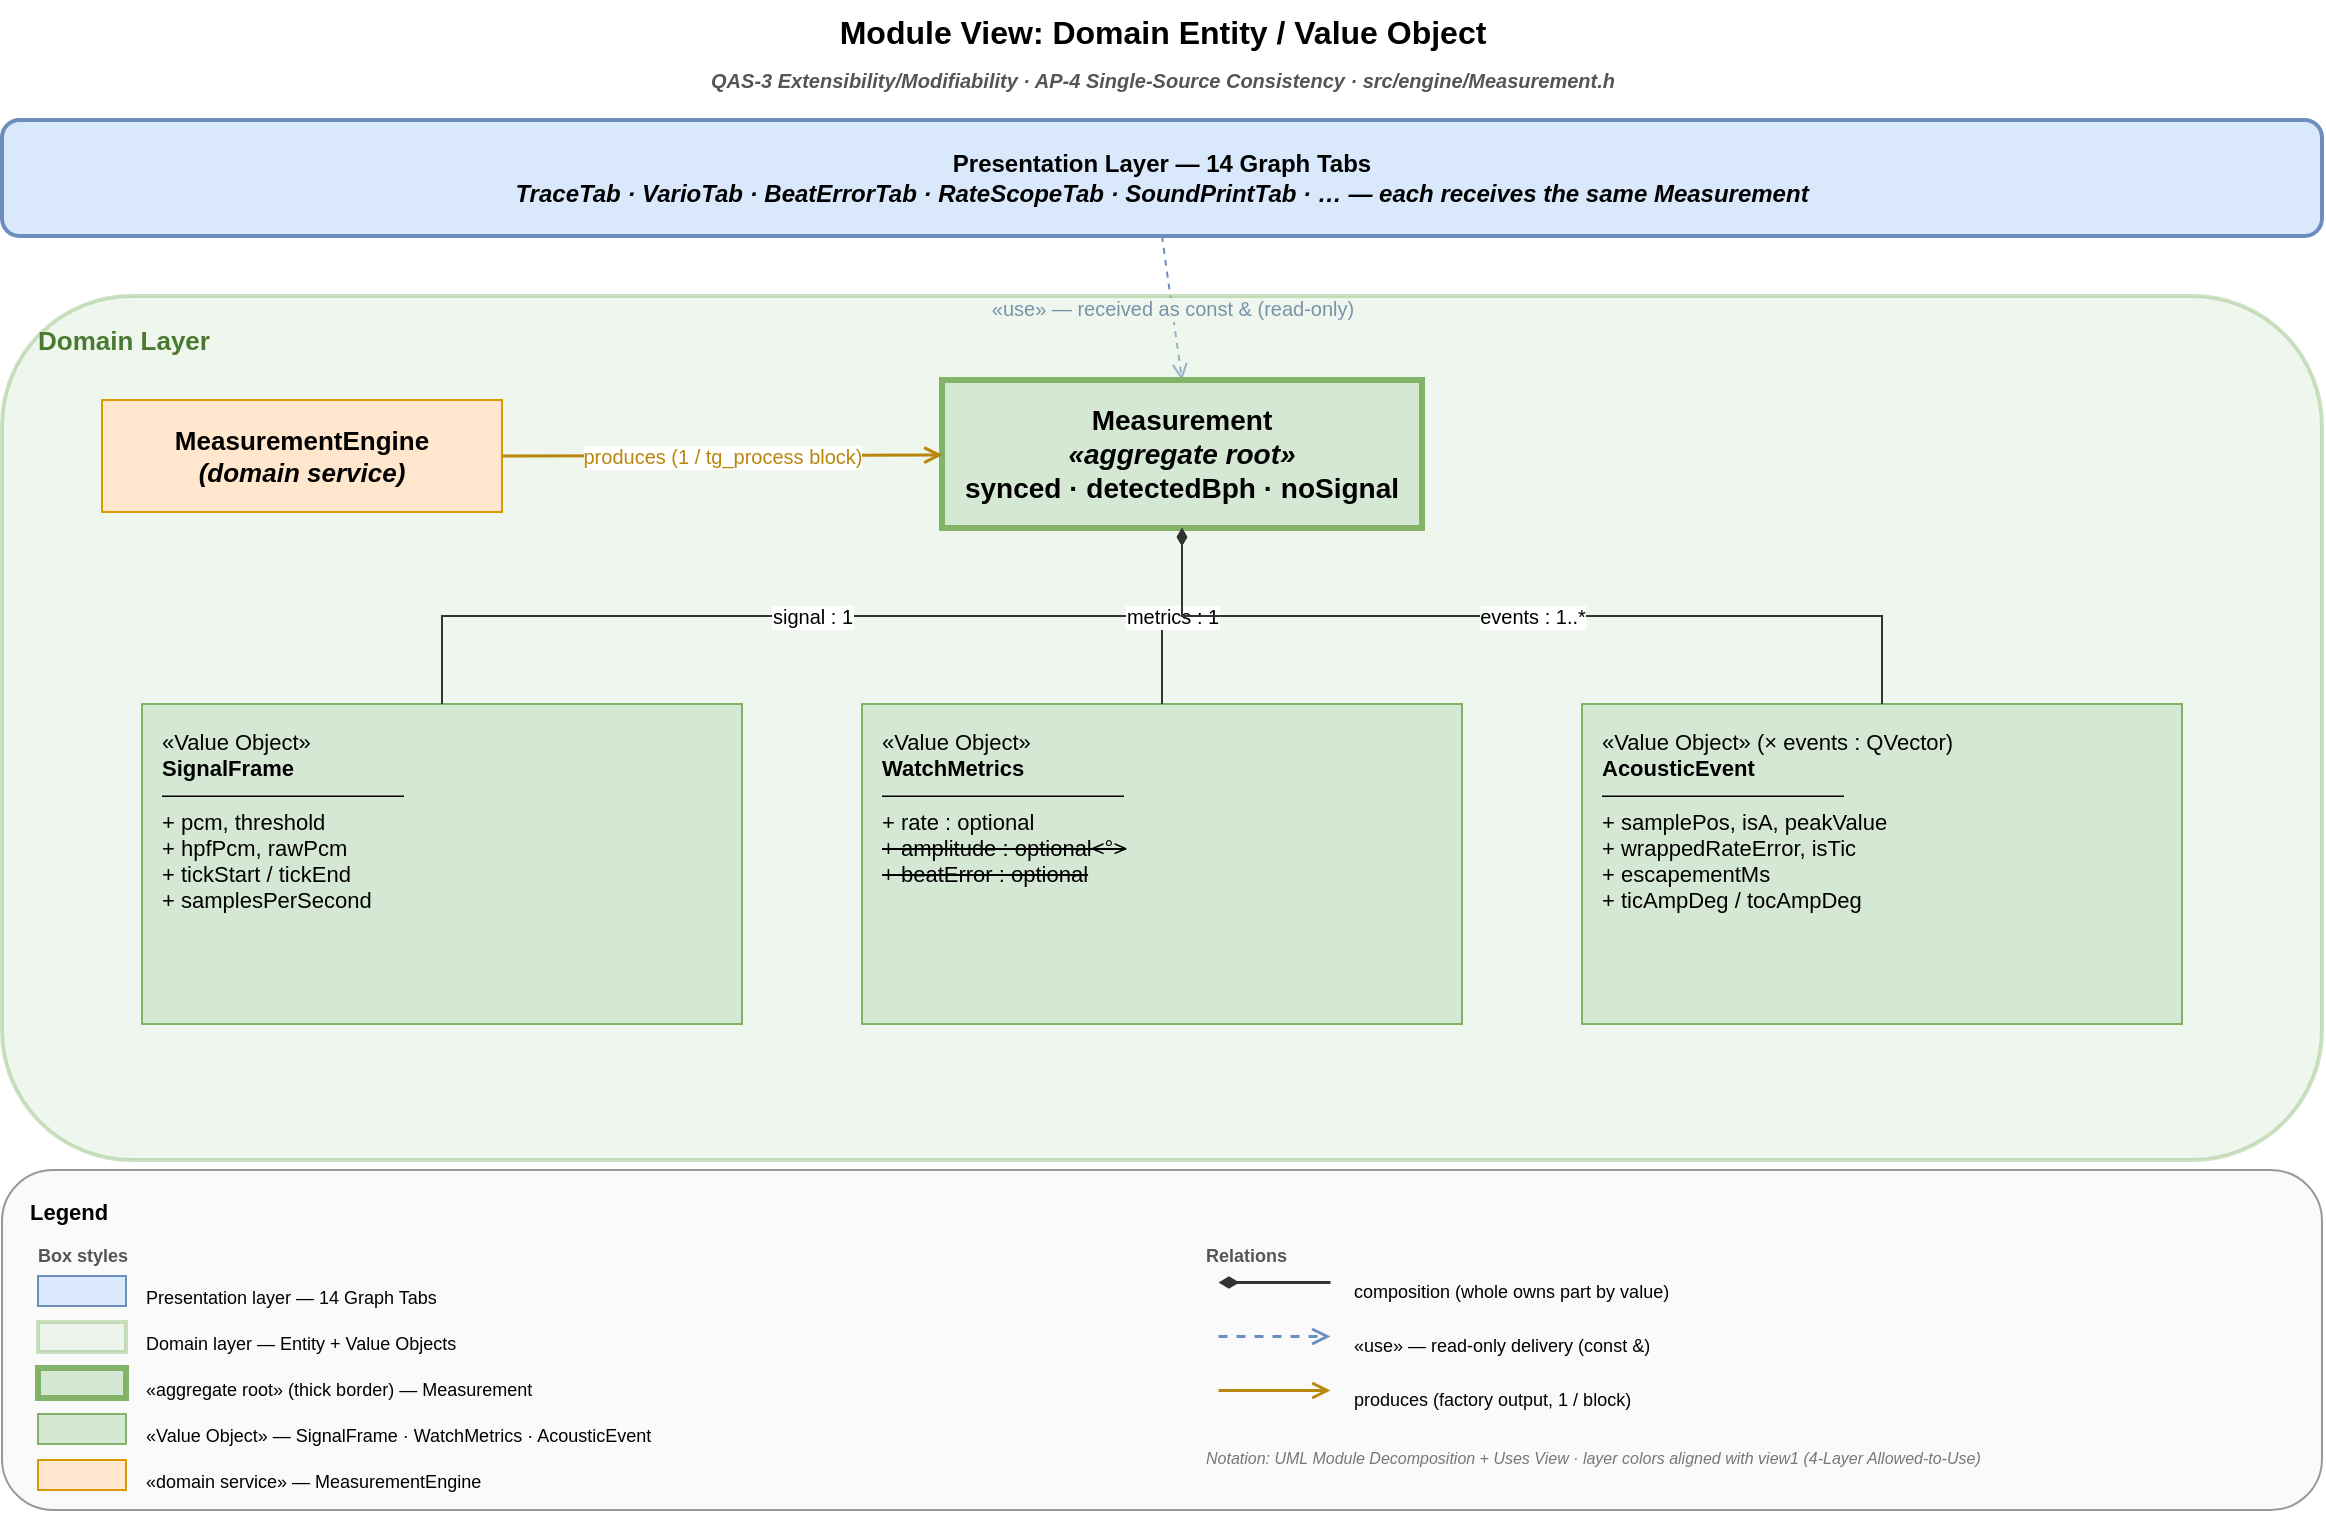
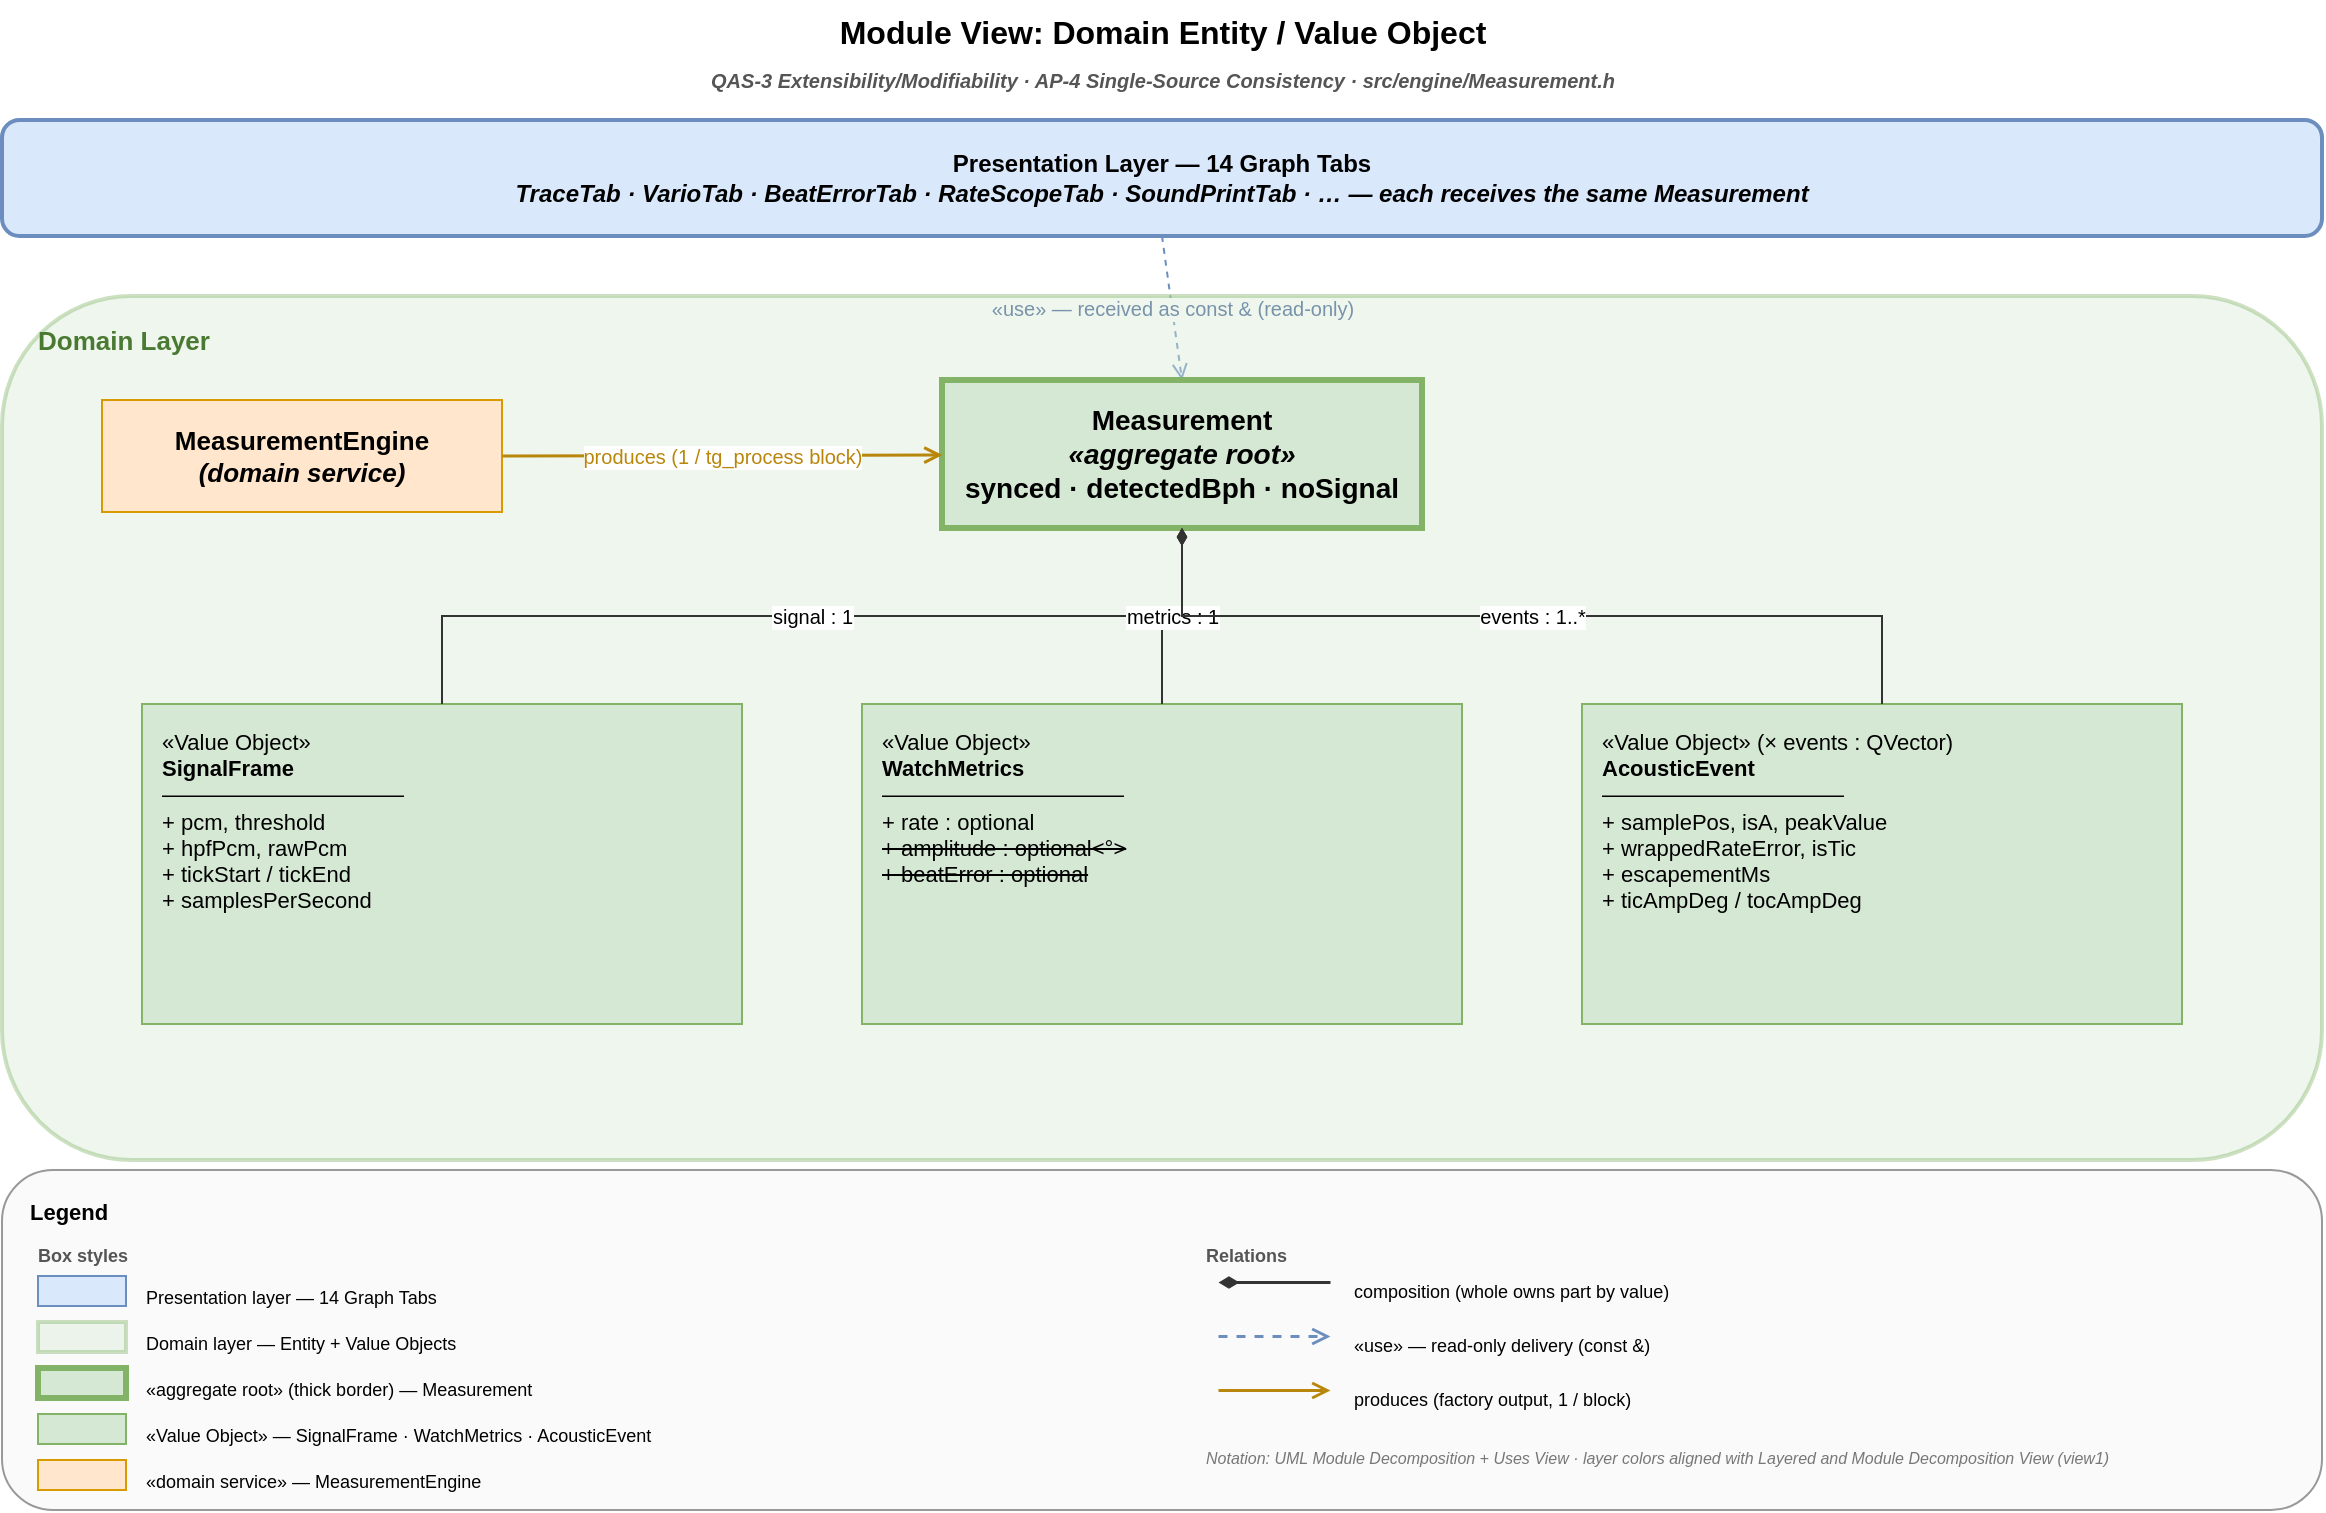
<mxfile host="65bd71144e">
    <diagram id="dom-entity-vo-1" name="Watch Measurement Domain Model">
        <mxGraphModel dx="1134" dy="559" grid="1" gridSize="10" guides="1" tooltips="1" connect="1" arrows="1" fold="1" page="1" pageScale="1" pageWidth="1240" pageHeight="772" math="0" shadow="0">
            <root>
                <mxCell id="0"/>
                <mxCell id="1" parent="0"/>
                <mxCell id="T0" value="Module View: Domain Entity / Value Object" style="text;html=1;strokeColor=none;fillColor=none;align=center;fontSize=16;fontStyle=1;" parent="1" vertex="1">
                    <mxGeometry x="40" y="10" width="1160" height="28" as="geometry"/>
                </mxCell>
                <mxCell id="T_QA" value="QAS-3 Extensibility/Modifiability · AP-4 Single-Source Consistency · src/engine/Measurement.h" style="text;html=1;strokeColor=none;fillColor=none;align=center;fontSize=10;fontStyle=3;fontColor=#555555;" parent="1" vertex="1">
                    <mxGeometry x="40" y="38" width="1160" height="16" as="geometry"/>
                </mxCell>
                <mxCell id="PRES" value="Presentation Layer — 14 Graph Tabs&#xa;&lt;i&gt;TraceTab · VarioTab · BeatErrorTab · RateScopeTab · SoundPrintTab · … — each receives the same Measurement&lt;/i&gt;" style="rounded=1;whiteSpace=wrap;html=1;fillColor=#dae8fc;strokeColor=#6c8ebf;strokeWidth=2;fontSize=12;fontStyle=1;" parent="1" vertex="1">
                    <mxGeometry x="40" y="70" width="1160" height="58" as="geometry"/>
                </mxCell>
                <mxCell id="E_USE" value="«use» — received as const &amp; (read-only)" style="dashed=1;endArrow=open;endFill=0;html=1;strokeColor=#6c8ebf;fontSize=10;fontColor=#3a5a8c;exitX=0.5;exitY=1;exitDx=0;exitDy=0;entryX=0.5;entryY=0;entryDx=0;entryDy=0;" parent="1" source="PRES" target="MEAS" edge="1">
                    <mxGeometry relative="1" as="geometry"/>
                </mxCell>
                <mxCell id="DOM_BG" value="" style="rounded=1;whiteSpace=wrap;html=1;fillColor=#d5e8d4;strokeColor=#82b366;strokeWidth=2;opacity=40;" parent="1" vertex="1">
                    <mxGeometry x="40" y="158" width="1160" height="432" as="geometry"/>
                </mxCell>
                <mxCell id="DOM_LBL" value="Domain Layer" style="text;html=1;strokeColor=none;fillColor=none;fontStyle=1;fontSize=13;fontColor=#4a7a32;align=left;" parent="1" vertex="1">
                    <mxGeometry x="56" y="166" width="200" height="20" as="geometry"/>
                </mxCell>
                <mxCell id="ME" value="MeasurementEngine&#xa;&lt;i&gt;(domain service)&lt;/i&gt;" style="rounded=0;whiteSpace=wrap;html=1;fillColor=#ffe6cc;strokeColor=#d79b00;fontSize=13;fontStyle=1;" parent="1" vertex="1">
                    <mxGeometry x="90" y="210" width="200" height="56" as="geometry"/>
                </mxCell>
                <mxCell id="MEAS" value="Measurement&#xa;&lt;i&gt;«aggregate root»&lt;/i&gt;&#xa;synced · detectedBph · noSignal" style="rounded=0;whiteSpace=wrap;html=1;fillColor=#d5e8d4;strokeColor=#82b366;strokeWidth=3;fontSize=14;fontStyle=1;" parent="1" vertex="1">
                    <mxGeometry x="510" y="200" width="240" height="74" as="geometry"/>
                </mxCell>
                <mxCell id="E_PROD" value="produces (1 / tg_process block)" style="endArrow=open;endFill=1;html=1;strokeColor=#b8860b;fontSize=10;fontColor=#b8860b;strokeWidth=1.5;" parent="1" source="ME" target="MEAS" edge="1">
                    <mxGeometry relative="1" as="geometry"/>
                </mxCell>
                <mxCell id="VO_SF" value="«Value Object»&#xa;&lt;b&gt;SignalFrame&lt;/b&gt;&#xa;―――――――――――&#xa;+ pcm, threshold&#xa;+ hpfPcm, rawPcm&#xa;+ tickStart / tickEnd&#xa;+ samplesPerSecond" style="rounded=0;whiteSpace=wrap;html=1;fillColor=#d5e8d4;strokeColor=#82b366;fontSize=11;align=left;verticalAlign=top;spacingLeft=8;spacingTop=6;" parent="1" vertex="1">
                    <mxGeometry x="110" y="362" width="300" height="160" as="geometry"/>
                </mxCell>
                <mxCell id="VO_WM" value="«Value Object»&#xa;&lt;b&gt;WatchMetrics&lt;/b&gt;&#xa;―――――――――――&#xa;+ rate       : optional&lt;s/day&gt;&#xa;+ amplitude  : optional&lt;°&gt;&#xa;+ beatError  : optional&lt;ms&gt;&#xa;&lt;i&gt;absent = not yet valid&lt;/i&gt;" style="rounded=0;whiteSpace=wrap;html=1;fillColor=#d5e8d4;strokeColor=#82b366;fontSize=11;align=left;verticalAlign=top;spacingLeft=8;spacingTop=6;" parent="1" vertex="1">
                    <mxGeometry x="470" y="362" width="300" height="160" as="geometry"/>
                </mxCell>
                <mxCell id="VO_AE" value="«Value Object»  (× events : QVector)&#xa;&lt;b&gt;AcousticEvent&lt;/b&gt;&#xa;―――――――――――&#xa;+ samplePos, isA, peakValue&#xa;+ wrappedRateError, isTic&#xa;+ escapementMs&#xa;+ ticAmpDeg / tocAmpDeg" style="rounded=0;whiteSpace=wrap;html=1;fillColor=#d5e8d4;strokeColor=#82b366;fontSize=11;align=left;verticalAlign=top;spacingLeft=8;spacingTop=6;" parent="1" vertex="1">
                    <mxGeometry x="830" y="362" width="300" height="160" as="geometry"/>
                </mxCell>
                <mxCell id="C_SF" value="signal : 1" style="startArrow=diamondThin;startFill=1;endArrow=none;html=1;edgeStyle=orthogonalEdgeStyle;rounded=0;strokeColor=#333333;fontSize=10;exitX=0.5;exitY=1;exitDx=0;exitDy=0;entryX=0.5;entryY=0;entryDx=0;entryDy=0;" parent="1" source="MEAS" target="VO_SF" edge="1">
                    <mxGeometry relative="1" as="geometry"/>
                </mxCell>
                <mxCell id="C_WM" value="metrics : 1" style="startArrow=diamondThin;startFill=1;endArrow=none;html=1;edgeStyle=orthogonalEdgeStyle;rounded=0;strokeColor=#333333;fontSize=10;exitX=0.5;exitY=1;exitDx=0;exitDy=0;entryX=0.5;entryY=0;entryDx=0;entryDy=0;" parent="1" source="MEAS" target="VO_WM" edge="1">
                    <mxGeometry relative="1" as="geometry"/>
                </mxCell>
                <mxCell id="C_AE" value="events : 1..*" style="startArrow=diamondThin;startFill=1;endArrow=none;html=1;edgeStyle=orthogonalEdgeStyle;rounded=0;strokeColor=#333333;fontSize=10;exitX=0.5;exitY=1;exitDx=0;exitDy=0;entryX=0.5;entryY=0;entryDx=0;entryDy=0;" parent="1" source="MEAS" target="VO_AE" edge="1">
                    <mxGeometry relative="1" as="geometry"/>
                </mxCell>
                <mxCell id="LEG_BOX" value="" style="rounded=1;whiteSpace=wrap;html=1;fillColor=#fafafa;strokeColor=#999999;" parent="1" vertex="1">
                    <mxGeometry x="40" y="595" width="1160" height="170" as="geometry"/>
                </mxCell>
                <mxCell id="LEG_T" value="Legend" style="text;html=1;strokeColor=none;fillColor=none;fontStyle=1;fontSize=11;align=left;" parent="1" vertex="1">
                    <mxGeometry x="52" y="603" width="80" height="16" as="geometry"/>
                </mxCell>
                <mxCell id="LEG_H1" value="Box styles" style="text;html=1;strokeColor=none;fillColor=none;fontStyle=1;fontSize=9;fontColor=#555555;align=left;" parent="1" vertex="1">
                    <mxGeometry x="56" y="626" width="120" height="14" as="geometry"/>
                </mxCell>
                <mxCell id="LS_PR" value="" style="rounded=0;whiteSpace=wrap;html=1;fillColor=#dae8fc;strokeColor=#6c8ebf;" parent="1" vertex="1">
                    <mxGeometry x="58" y="648" width="44" height="15" as="geometry"/>
                </mxCell>
                <mxCell id="LS_PR_T" value="Presentation layer  —  14 Graph Tabs" style="text;html=1;strokeColor=none;fillColor=none;align=left;fontSize=9;" parent="1" vertex="1">
                    <mxGeometry x="110" y="647" width="380" height="16" as="geometry"/>
                </mxCell>
                <mxCell id="LS_DOM" value="" style="rounded=0;whiteSpace=wrap;html=1;fillColor=#d5e8d4;strokeColor=#82b366;strokeWidth=2;opacity=40;" parent="1" vertex="1">
                    <mxGeometry x="58" y="671" width="44" height="15" as="geometry"/>
                </mxCell>
                <mxCell id="LS_DOM_T" value="Domain layer  —  Entity + Value Objects" style="text;html=1;strokeColor=none;fillColor=none;align=left;fontSize=9;" parent="1" vertex="1">
                    <mxGeometry x="110" y="670" width="380" height="16" as="geometry"/>
                </mxCell>
                <mxCell id="LS_AR" value="" style="rounded=0;whiteSpace=wrap;html=1;fillColor=#d5e8d4;strokeColor=#82b366;strokeWidth=3;" parent="1" vertex="1">
                    <mxGeometry x="58" y="694" width="44" height="15" as="geometry"/>
                </mxCell>
                <mxCell id="LS_AR_T" value="«aggregate root» (thick border)  —  Measurement" style="text;html=1;strokeColor=none;fillColor=none;align=left;fontSize=9;" parent="1" vertex="1">
                    <mxGeometry x="110" y="693" width="400" height="16" as="geometry"/>
                </mxCell>
                <mxCell id="LS_VO" value="" style="rounded=0;whiteSpace=wrap;html=1;fillColor=#d5e8d4;strokeColor=#82b366;" parent="1" vertex="1">
                    <mxGeometry x="58" y="717" width="44" height="15" as="geometry"/>
                </mxCell>
                <mxCell id="LS_VO_T" value="«Value Object»  —  SignalFrame · WatchMetrics · AcousticEvent" style="text;html=1;strokeColor=none;fillColor=none;align=left;fontSize=9;" parent="1" vertex="1">
                    <mxGeometry x="110" y="716" width="450" height="16" as="geometry"/>
                </mxCell>
                <mxCell id="LS_SV" value="" style="rounded=0;whiteSpace=wrap;html=1;fillColor=#ffe6cc;strokeColor=#d79b00;" parent="1" vertex="1">
                    <mxGeometry x="58" y="740" width="44" height="15" as="geometry"/>
                </mxCell>
                <mxCell id="LS_SV_T" value="«domain service»  —  MeasurementEngine" style="text;html=1;strokeColor=none;fillColor=none;align=left;fontSize=9;" parent="1" vertex="1">
                    <mxGeometry x="110" y="739" width="400" height="16" as="geometry"/>
                </mxCell>
                <mxCell id="LEG_H2" value="Relations" style="text;html=1;strokeColor=none;fillColor=none;fontStyle=1;fontSize=9;fontColor=#555555;align=left;" parent="1" vertex="1">
                    <mxGeometry x="640" y="626" width="120" height="14" as="geometry"/>
                </mxCell>
                <mxCell id="LE_C" value="" style="startArrow=diamondThin;startFill=1;endArrow=none;html=1;strokeColor=#333333;strokeWidth=1.5;" parent="1" edge="1">
                    <mxGeometry relative="1" as="geometry">
                        <mxPoint x="648" y="651" as="sourcePoint"/>
                        <mxPoint x="704" y="651" as="targetPoint"/>
                    </mxGeometry>
                </mxCell>
                <mxCell id="LT_C" value="composition  (whole owns part by value)" style="text;html=1;strokeColor=none;fillColor=none;align=left;fontSize=9;" parent="1" vertex="1">
                    <mxGeometry x="714" y="644" width="320" height="14" as="geometry"/>
                </mxCell>
                <mxCell id="LE_U" value="" style="dashed=1;endArrow=open;endFill=0;html=1;strokeColor=#6c8ebf;strokeWidth=1.5;" parent="1" edge="1">
                    <mxGeometry relative="1" as="geometry">
                        <mxPoint x="648" y="678" as="sourcePoint"/>
                        <mxPoint x="704" y="678" as="targetPoint"/>
                    </mxGeometry>
                </mxCell>
                <mxCell id="LT_U" value="«use»  —  read-only delivery (const &amp;)" style="text;html=1;strokeColor=none;fillColor=none;align=left;fontSize=9;" parent="1" vertex="1">
                    <mxGeometry x="714" y="671" width="320" height="14" as="geometry"/>
                </mxCell>
                <mxCell id="LE_P" value="" style="endArrow=open;endFill=1;html=1;strokeColor=#b8860b;strokeWidth=1.5;" parent="1" edge="1">
                    <mxGeometry relative="1" as="geometry">
                        <mxPoint x="648" y="705" as="sourcePoint"/>
                        <mxPoint x="704" y="705" as="targetPoint"/>
                    </mxGeometry>
                </mxCell>
                <mxCell id="LT_P" value="produces  (factory output, 1 / block)" style="text;html=1;strokeColor=none;fillColor=none;align=left;fontSize=9;" parent="1" vertex="1">
                    <mxGeometry x="714" y="698" width="320" height="14" as="geometry"/>
                </mxCell>
-                 <mxCell id="KNOTE" value="Notation: UML Module Decomposition + Uses View · layer colors aligned with view1 (4-Layer Allowed-to-Use)" style="text;html=1;strokeColor=none;fillColor=none;align=left;fontSize=8;fontStyle=2;fontColor=#777777;" parent="1" vertex="1">
+                 <mxCell id="KNOTE" value="Notation: UML Module Decomposition + Uses View · layer colors aligned with Layered and Module Decomposition View (view1)" style="text;html=1;strokeColor=none;fillColor=none;align=left;fontSize=8;fontStyle=2;fontColor=#777777;" parent="1" vertex="1">
                    <mxGeometry x="640" y="728" width="540" height="14" as="geometry"/>
                </mxCell>
            </root>
        </mxGraphModel>
    </diagram>
</mxfile>
